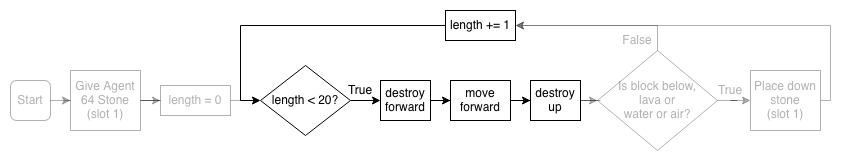
CausewayDigital/Minecraft-EE-MakeCode keeps this draw.io diagram as tutorials/python-islands/island-7/autominer/images/flowchart-landscape_3.png. Above is the earlier version. Source tidied: cells renumbered, new cells last; positions are measured from the earlier drawing's top-left corner, leaving out a move shared by most shapes.
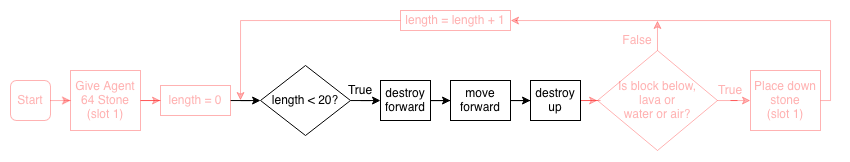
After the commit.

Commit message:
Updated flowchart images autominer island 7

Change to the diagram source:
```diff
@@ -2,22 +2,22 @@
   <root>
     <mxCell id="0" />
     <mxCell id="1" parent="0" />
-    <mxCell id="2" style="edgeStyle=orthogonalEdgeStyle;rounded=0;jettySize=auto;html=1;textOpacity=30;opacity=30;" parent="1" edge="1" source="3" target="5">
+    <mxCell id="2" style="edgeStyle=orthogonalEdgeStyle;rounded=0;jettySize=auto;html=1;fontColor=#FF0000;textOpacity=30;strokeColor=#FF0000;opacity=30;" parent="1" edge="1" source="3" target="5">
       <mxGeometry relative="1" as="geometry" />
     </mxCell>
-    <mxCell id="3" value="Start" style="rounded=1;whiteSpace=wrap;html=1;textOpacity=30;opacity=30;" parent="1" vertex="1">
+    <mxCell id="3" value="Start" style="rounded=1;whiteSpace=wrap;html=1;fontColor=#FF0000;textOpacity=30;strokeColor=#FF0000;opacity=30;" parent="1" vertex="1">
       <mxGeometry y="70" width="40" height="40" as="geometry" />
     </mxCell>
-    <mxCell id="4" style="edgeStyle=orthogonalEdgeStyle;rounded=0;jettySize=auto;html=1;textOpacity=30;opacity=30;" parent="1" edge="1" source="5" target="7">
+    <mxCell id="4" style="edgeStyle=orthogonalEdgeStyle;rounded=0;jettySize=auto;html=1;fontColor=#FF0000;textOpacity=30;strokeColor=#FF0000;opacity=30;" parent="1" edge="1" source="5" target="7">
       <mxGeometry relative="1" as="geometry" />
     </mxCell>
-    <mxCell id="5" value="&lt;div&gt;Give Agent 64 Stone&lt;/div&gt;(slot 1)" style="rounded=0;whiteSpace=wrap;html=1;textOpacity=30;opacity=30;" parent="1" vertex="1">
+    <mxCell id="5" value="&lt;div&gt;Give Agent 64 Stone&lt;/div&gt;(slot 1)" style="rounded=0;whiteSpace=wrap;html=1;fontColor=#FF0000;textOpacity=30;strokeColor=#FF0000;opacity=30;" parent="1" vertex="1">
       <mxGeometry x="60" y="60" width="70" height="60" as="geometry" />
     </mxCell>
-    <mxCell id="6" style="edgeStyle=orthogonalEdgeStyle;rounded=0;jettySize=auto;html=1;textOpacity=30;opacity=30;" parent="1" edge="1" source="7" target="9">
+    <mxCell id="6" style="edgeStyle=orthogonalEdgeStyle;rounded=0;jettySize=auto;html=1;" parent="1" edge="1" source="7" target="9">
       <mxGeometry relative="1" as="geometry" />
     </mxCell>
-    <mxCell id="7" value="length = 0" style="rounded=0;whiteSpace=wrap;html=1;textOpacity=30;opacity=30;" parent="1" vertex="1">
+    <mxCell id="7" value="length = 0" style="rounded=0;whiteSpace=wrap;html=1;fontColor=#FF0000;textOpacity=30;strokeColor=#FF0000;opacity=30;" parent="1" vertex="1">
       <mxGeometry x="150" y="75" width="70" height="30" as="geometry" />
     </mxCell>
     <mxCell id="8" style="edgeStyle=orthogonalEdgeStyle;rounded=0;jettySize=auto;html=1;" parent="1" edge="1" source="9" target="11">
@@ -38,50 +38,51 @@
     <mxCell id="13" value="move forward" style="rounded=0;whiteSpace=wrap;html=1;" parent="1" vertex="1">
       <mxGeometry x="440" y="70" width="60" height="40" as="geometry" />
     </mxCell>
-    <mxCell id="14" style="edgeStyle=orthogonalEdgeStyle;rounded=0;jettySize=auto;html=1;opacity=30;textOpacity=30;" parent="1" edge="1" source="15" target="17">
+    <mxCell id="14" style="edgeStyle=orthogonalEdgeStyle;rounded=0;jettySize=auto;html=1;strokeColor=#FF0000;opacity=30;fontColor=#FF0000;textOpacity=30;" parent="1" edge="1" source="15" target="17">
       <mxGeometry relative="1" as="geometry" />
     </mxCell>
     <mxCell id="15" value="destroy up" style="rounded=0;whiteSpace=wrap;html=1;" parent="1" vertex="1">
       <mxGeometry x="520" y="70" width="50" height="40" as="geometry" />
     </mxCell>
-    <mxCell id="16" style="edgeStyle=orthogonalEdgeStyle;rounded=0;jettySize=auto;html=1;opacity=30;textOpacity=30;" parent="1" edge="1" source="17" target="19">
+    <mxCell id="16" style="edgeStyle=orthogonalEdgeStyle;rounded=0;jettySize=auto;html=1;strokeColor=#FF0000;opacity=30;fontColor=#FF0000;textOpacity=30;" parent="1" edge="1" source="17" target="19">
       <mxGeometry relative="1" as="geometry" />
     </mxCell>
+    <mxCell id="26" style="edgeStyle=orthogonalEdgeStyle;rounded=0;jettySize=auto;html=1;exitX=0.5;exitY=0;exitDx=0;exitDy=0;strokeColor=#FF0000;opacity=30;fontColor=#FF0000;textOpacity=30;" parent="1" edge="1" source="17">
+      <mxGeometry relative="1" as="geometry">
+        <mxPoint x="647" y="10" as="targetPoint" />
+      </mxGeometry>
+    </mxCell>
-    <mxCell id="17" value="Is block below, &lt;br&gt;lava or &lt;br&gt;water or air?" style="rhombus;whiteSpace=wrap;html=1;opacity=30;textOpacity=30;" parent="1" vertex="1">
+    <mxCell id="17" value="Is block below, &lt;br&gt;lava or &lt;br&gt;water or air?" style="rhombus;whiteSpace=wrap;html=1;strokeColor=#FF0000;opacity=30;fontColor=#FF0000;textOpacity=30;" parent="1" vertex="1">
       <mxGeometry x="587" y="40" width="120" height="100" as="geometry" />
     </mxCell>
-    <mxCell id="18" style="edgeStyle=orthogonalEdgeStyle;rounded=0;jettySize=auto;html=1;entryX=1;entryY=0.5;entryDx=0;entryDy=0;opacity=30;" parent="1" edge="1" source="19" target="25">
+    <mxCell id="18" style="edgeStyle=orthogonalEdgeStyle;rounded=0;jettySize=auto;html=1;entryX=1;entryY=0.5;entryDx=0;entryDy=0;strokeColor=#FF0000;opacity=30;fontColor=#FF0000;textOpacity=30;" parent="1" edge="1" source="19" target="25">
       <mxGeometry relative="1" as="geometry">
         <Array as="points">
           <mxPoint x="820" y="90" />
-          <mxPoint x="820" y="15" />
+          <mxPoint x="820" y="10" />
+          <mxPoint x="505" y="10" />
         </Array>
       </mxGeometry>
     </mxCell>
-    <mxCell id="19" value="&lt;div&gt;Place down stone&lt;/div&gt;(slot 1)" style="rounded=0;whiteSpace=wrap;html=1;opacity=30;textOpacity=30;" parent="1" vertex="1">
+    <mxCell id="19" value="&lt;div&gt;Place down stone&lt;/div&gt;(slot 1)" style="rounded=0;whiteSpace=wrap;html=1;strokeColor=#FF0000;opacity=30;fontColor=#FF0000;textOpacity=30;" parent="1" vertex="1">
       <mxGeometry x="740" y="60" width="70" height="60" as="geometry" />
     </mxCell>
     <mxCell id="20" value="True&lt;span style=&quot;color: rgba(0 , 0 , 0 , 0) ; font-family: monospace ; font-size: 0px&quot;&gt;%3CmxGraphModel%3E%3Croot%3E%3CmxCell%20id%3D%220%22%2F%3E%3CmxCell%20id%3D%221%22%20parent%3D%220%22%2F%3E%3CmxCell%20id%3D%222%22%20value%3D%22destroy%20forward%22%20style%3D%22rounded%3D0%3BwhiteSpace%3Dwrap%3Bhtml%3D1%3B%22%20vertex%3D%221%22%20parent%3D%221%22%3E%3CmxGeometry%20x%3D%22240%22%20y%3D%22560%22%20width%3D%22120%22%20height%3D%2260%22%20as%3D%22geometry%22%2F%3E%3C%2FmxCell%3E%3C%2Froot%3E%3C%2FmxGraphModel%3E&lt;/span&gt;" style="text;html=1;align=center;verticalAlign=middle;whiteSpace=wrap;rounded=0;" parent="1" vertex="1">
       <mxGeometry x="330" y="70" width="40" height="20" as="geometry" />
     </mxCell>
-    <mxCell id="21" value="True&lt;span style=&quot;color: rgba(0 , 0 , 0 , 0) ; font-family: monospace ; font-size: 0px&quot;&gt;%3CmxGraphModel%3E%3Croot%3E%3CmxCell%20id%3D%220%22%2F%3E%3CmxCell%20id%3D%221%22%20parent%3D%220%22%2F%3E%3CmxCell%20id%3D%222%22%20value%3D%22destroy%20forward%22%20style%3D%22rounded%3D0%3BwhiteSpace%3Dwrap%3Bhtml%3D1%3B%22%20vertex%3D%221%22%20parent%3D%221%22%3E%3CmxGeometry%20x%3D%22240%22%20y%3D%22560%22%20width%3D%22120%22%20height%3D%2260%22%20as%3D%22geometry%22%2F%3E%3C%2FmxCell%3E%3C%2Froot%3E%3C%2FmxGraphModel%3E&lt;/span&gt;" style="text;html=1;align=center;verticalAlign=middle;whiteSpace=wrap;rounded=0;opacity=30;textOpacity=30;" parent="1" vertex="1">
+    <mxCell id="21" value="True&lt;span style=&quot;font-family: monospace; font-size: 0px;&quot;&gt;%3CmxGraphModel%3E%3Croot%3E%3CmxCell%20id%3D%220%22%2F%3E%3CmxCell%20id%3D%221%22%20parent%3D%220%22%2F%3E%3CmxCell%20id%3D%222%22%20value%3D%22destroy%20forward%22%20style%3D%22rounded%3D0%3BwhiteSpace%3Dwrap%3Bhtml%3D1%3B%22%20vertex%3D%221%22%20parent%3D%221%22%3E%3CmxGeometry%20x%3D%22240%22%20y%3D%22560%22%20width%3D%22120%22%20height%3D%2260%22%20as%3D%22geometry%22%2F%3E%3C%2FmxCell%3E%3C%2Froot%3E%3C%2FmxGraphModel%3E&lt;/span&gt;" style="text;html=1;align=center;verticalAlign=middle;whiteSpace=wrap;rounded=0;strokeColor=none;opacity=30;fontColor=#FF0000;textOpacity=30;" parent="1" vertex="1">
       <mxGeometry x="700" y="70" width="40" height="20" as="geometry" />
     </mxCell>
-    <mxCell id="22" style="edgeStyle=orthogonalEdgeStyle;rounded=0;jettySize=auto;html=1;exitX=1;exitY=1;exitDx=0;exitDy=0;entryX=1;entryY=0.5;entryDx=0;entryDy=0;opacity=30;" parent="1" edge="1" source="23" target="25">
-      <mxGeometry relative="1" as="geometry">
-        <Array as="points">
-          <mxPoint x="647" y="15" />
-        </Array>
-      </mxGeometry>
-    </mxCell>
-    <mxCell id="23" value="False" style="text;html=1;align=center;verticalAlign=middle;whiteSpace=wrap;rounded=0;opacity=30;textOpacity=30;" parent="1" vertex="1">
+    <mxCell id="23" value="False" style="text;html=1;align=center;verticalAlign=middle;whiteSpace=wrap;rounded=0;strokeColor=none;opacity=30;fontColor=#FF0000;textOpacity=30;" parent="1" vertex="1">
       <mxGeometry x="607" y="20" width="40" height="20" as="geometry" />
     </mxCell>
-    <mxCell id="24" style="edgeStyle=orthogonalEdgeStyle;rounded=0;jettySize=auto;html=1;entryX=0;entryY=0.5;entryDx=0;entryDy=0;" parent="1" edge="1" source="25" target="9">
-      <mxGeometry relative="1" as="geometry" />
-    </mxCell>
+    <mxCell id="27" style="edgeStyle=orthogonalEdgeStyle;rounded=0;jettySize=auto;html=1;exitX=0;exitY=0.5;exitDx=0;exitDy=0;strokeColor=#FF0000;opacity=30;fontColor=#FF0000;textOpacity=30;" parent="1" edge="1" source="25">
+      <mxGeometry relative="1" as="geometry">
+        <mxPoint x="230" y="90" as="targetPoint" />
+      </mxGeometry>
+    </mxCell>
-    <mxCell id="25" value="length += 1" style="rounded=0;whiteSpace=wrap;html=1;" parent="1" vertex="1">
-      <mxGeometry x="435" width="70" height="30" as="geometry" />
+    <mxCell id="25" value="length = length + 1" style="rounded=0;whiteSpace=wrap;html=1;strokeColor=#FF0000;opacity=30;fontColor=#FF0000;textOpacity=30;" parent="1" vertex="1">
+      <mxGeometry x="390" width="110" height="20" as="geometry" />
     </mxCell>
   </root>
 </mxGraphModel>
```
